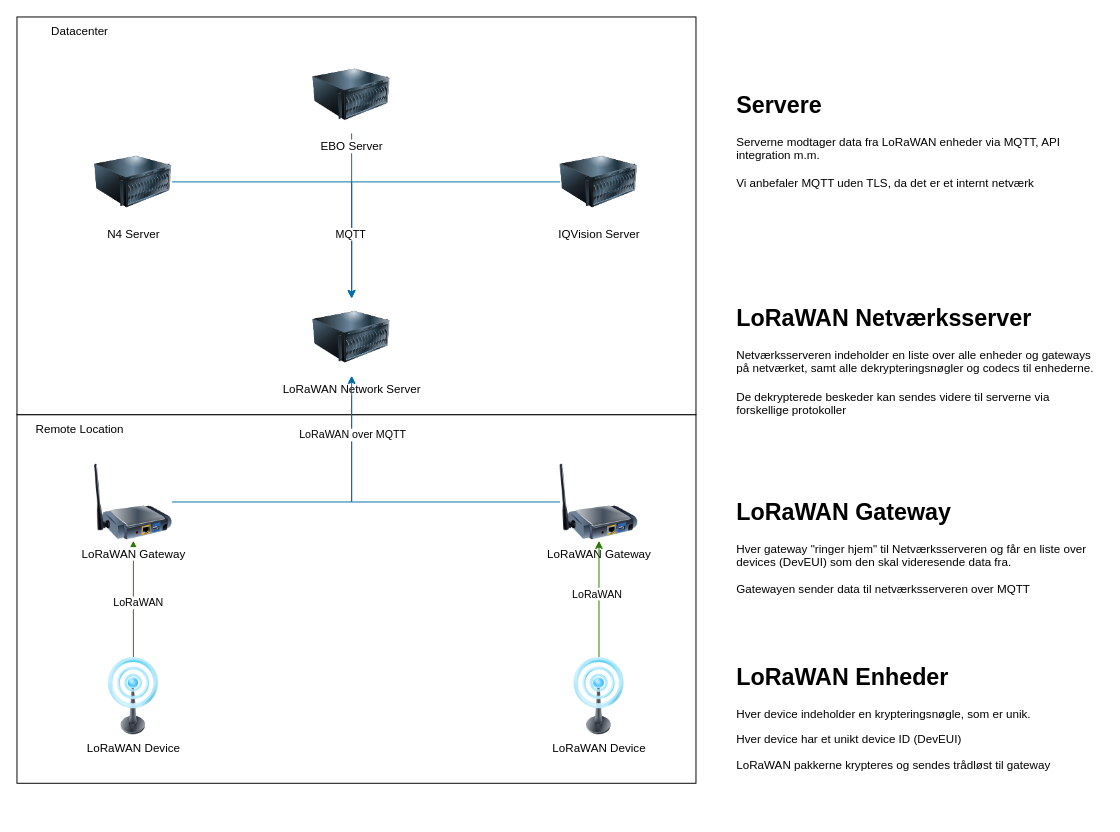
Earlier version of the draw.io diagram LoRaWAN netværkstegning.drawio (BombayNitefrog/LoRa). Source tidied: cells renumbered, new cells numbered last; positions are measured from the earlier drawing's top-left corner, leaving out a move shared by most shapes. Both pictures are drawn from the tidied source at 97%, with x=0, y=0 at pixel (16, 16).
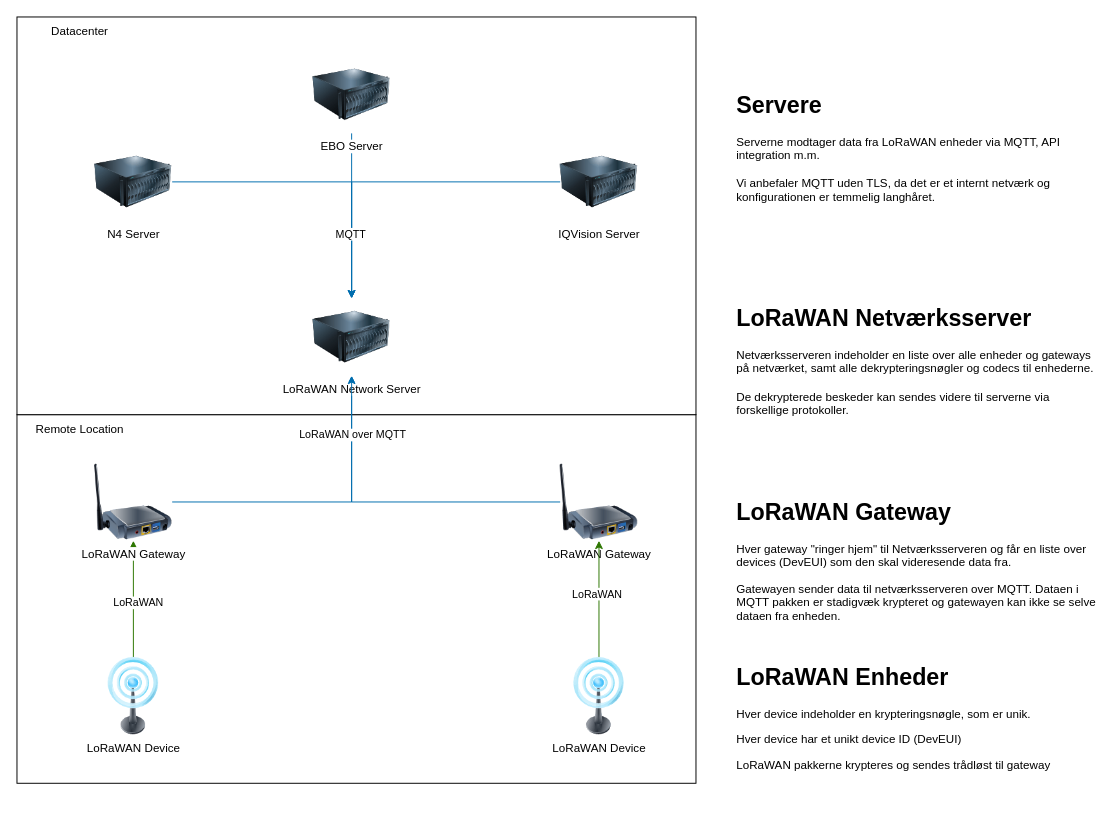
Above is the later version.

The edit, as a diff of the source:
```diff
@@
-    <mxCell id="24" value="&lt;h1 style=&quot;margin-top: 0px;&quot;&gt;LoRaWAN Gateway&lt;/h1&gt;&lt;p&gt;Hver gateway &quot;ringer hjem&quot; til Netværksserveren og får en liste over devices (DevEUI) som den skal videresende data fra.&lt;/p&gt;&lt;p&gt;Gatewayen sender data til netværksserveren over MQTT&lt;/p&gt;" style="text;html=1;whiteSpace=wrap;overflow=hidden;rounded=0;" parent="1" vertex="1">
+    <mxCell id="24" value="&lt;h1 style=&quot;margin-top: 0px;&quot;&gt;LoRaWAN Gateway&lt;/h1&gt;&lt;p&gt;Hver gateway &quot;ringer hjem&quot; til Netværksserveren og får en liste over devices (DevEUI) som den skal videresende data fra.&lt;/p&gt;&lt;p&gt;Gatewayen sender data til netværksserveren over MQTT. Dataen i MQTT pakken er stadigvæk krypteret og gatewayen kan ikke se selve dataen fra enheden.&lt;/p&gt;" style="text;html=1;whiteSpace=wrap;overflow=hidden;rounded=0;" parent="1" vertex="1">
       <mxGeometry x="740" y="490" width="380" height="140" as="geometry" />
     </mxCell>
-    <mxCell id="25" value="&lt;h1 style=&quot;margin-top: 0px;&quot;&gt;LoRaWAN Netværksserver&lt;/h1&gt;&lt;div&gt;Netværksserveren indeholder en liste over alle enheder og gateways på netværket, samt alle dekrypteringsnøgler og codecs til enhederne.&lt;/div&gt;&lt;div&gt;&lt;br&gt;&lt;/div&gt;&lt;div&gt;De dekrypterede beskeder kan sendes videre til serverne via forskellige protokoller&lt;/div&gt;" style="text;html=1;whiteSpace=wrap;overflow=hidden;rounded=0;" parent="1" vertex="1">
+    <mxCell id="25" value="&lt;h1 style=&quot;margin-top: 0px;&quot;&gt;LoRaWAN Netværksserver&lt;/h1&gt;&lt;div&gt;Netværksserveren indeholder en liste over alle enheder og gateways på netværket, samt alle dekrypteringsnøgler og codecs til enhederne.&lt;/div&gt;&lt;div&gt;&lt;br&gt;&lt;/div&gt;&lt;div&gt;De dekrypterede beskeder kan sendes videre til serverne via forskellige protokoller.&lt;/div&gt;" style="text;html=1;whiteSpace=wrap;overflow=hidden;rounded=0;" parent="1" vertex="1">
       <mxGeometry x="740" y="290" width="380" height="170" as="geometry" />
     </mxCell>
-    <mxCell id="26" value="&lt;h1 style=&quot;margin-top: 0px;&quot;&gt;Servere&lt;/h1&gt;&lt;div&gt;Serverne modtager data fra LoRaWAN enheder via MQTT, API integration m.m.&lt;/div&gt;&lt;div&gt;&lt;br&gt;&lt;/div&gt;&lt;div&gt;Vi anbefaler MQTT uden TLS, da det er et internt netværk&lt;/div&gt;" style="text;html=1;whiteSpace=wrap;overflow=hidden;rounded=0;" parent="1" vertex="1">
+    <mxCell id="26" value="&lt;h1 style=&quot;margin-top: 0px;&quot;&gt;Servere&lt;/h1&gt;&lt;div&gt;Serverne modtager data fra LoRaWAN enheder via MQTT, API integration m.m.&lt;/div&gt;&lt;div&gt;&lt;br&gt;&lt;/div&gt;&lt;div&gt;Vi anbefaler MQTT uden TLS, da det er et internt netværk og konfigurationen er temmelig langhåret.&lt;/div&gt;" style="text;html=1;whiteSpace=wrap;overflow=hidden;rounded=0;" parent="1" vertex="1">
       <mxGeometry x="740" y="70" width="380" height="170" as="geometry" />
     </mxCell>
```
